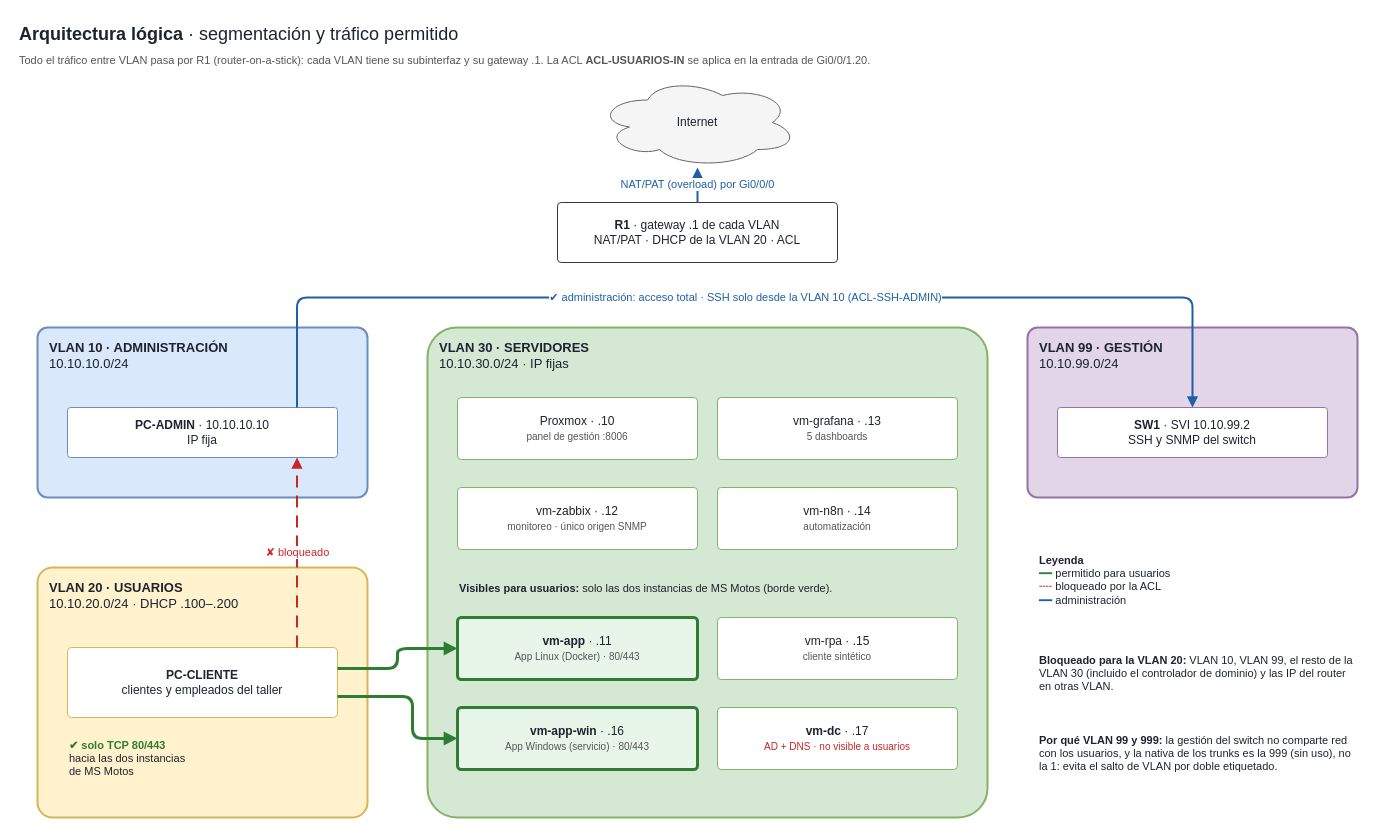
Before: docs/diagramas/arquitectura-logica.drawio in Proyect-integrador-2/Integrador2, a draw.io diagram. Source tidied: cells renumbered, new cells numbered last; positions are measured from the earlier drawing's top-left corner, leaving out a move shared by most shapes. Both pictures are drawn from the tidied source at 100%, with x=0, y=0 at pixel (17, 17).
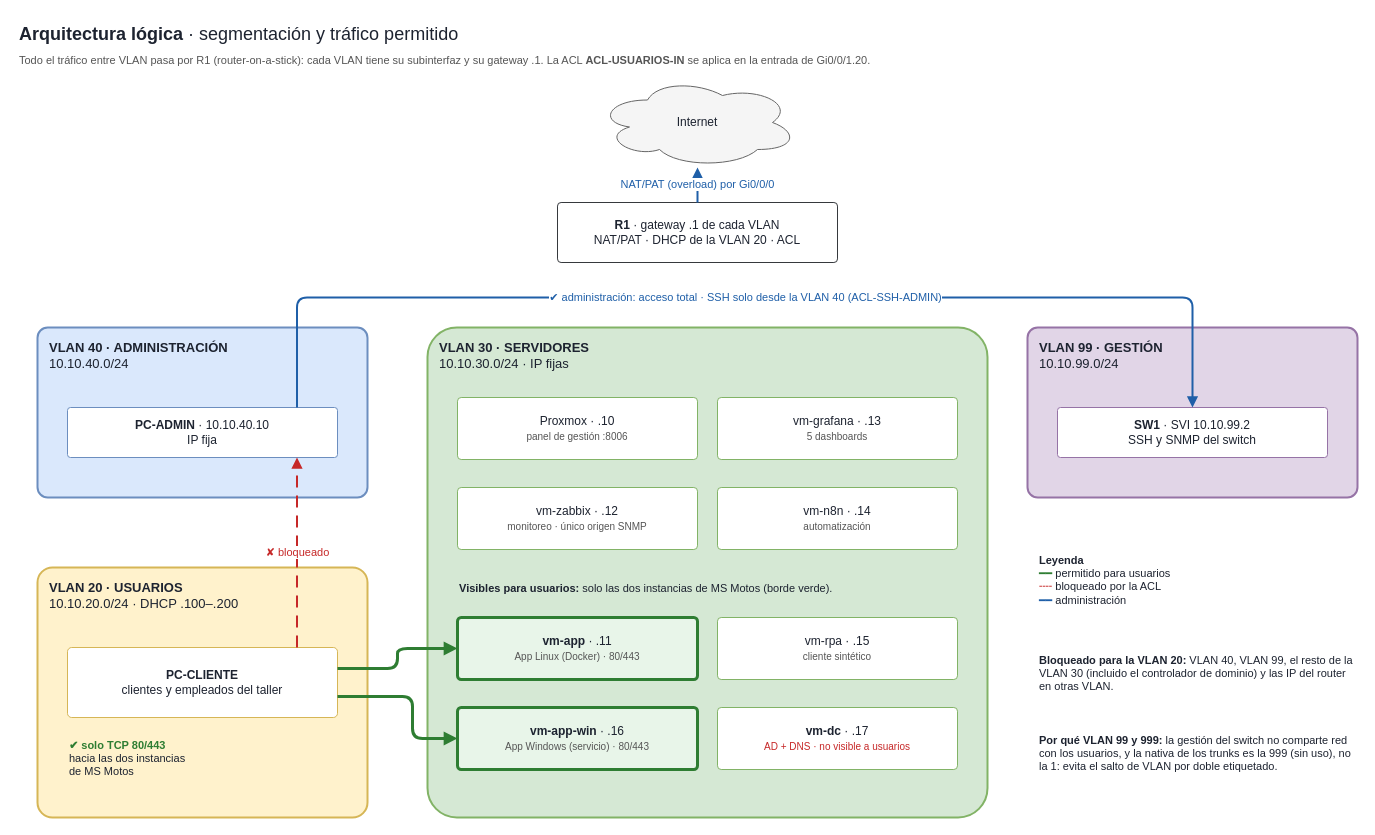
Above is the later version.

Unchanged cells that the change refers to:
```xml
<mxCell id="13" value="&lt;b&gt;SW1&lt;/b&gt; · SVI 10.10.99.2&lt;br&gt;SSH y SNMP del switch" style="rounded=1;whiteSpace=wrap;html=1;arcSize=6;fillColor=#ffffff;strokeColor=#9673a6;fontSize=12;fontColor=#1d2330;" parent="1" vertex="1">
  <mxGeometry x="1040" y="390" width="270" height="50" as="geometry" />
</mxCell>
```

What changed in the source:
```diff
@@
-    <mxCell id="7" value="VLAN 10 · ADMINISTRACIÓN&lt;br&gt;&lt;font style='font-weight:normal'&gt;10.10.10.0/24&lt;/font&gt;" style="rounded=1;whiteSpace=wrap;html=1;arcSize=6;fillColor=#dae8fc;strokeColor=#6c8ebf;fontSize=13;fontColor=#1d2330;fontStyle=1;verticalAlign=top;align=left;spacingLeft=10;spacingTop=6;strokeWidth=2;" parent="1" vertex="1">
+    <mxCell id="7" value="VLAN 40 · ADMINISTRACIÓN&lt;br&gt;&lt;font style='font-weight:normal'&gt;10.10.40.0/24&lt;/font&gt;" style="rounded=1;whiteSpace=wrap;html=1;arcSize=6;fillColor=#dae8fc;strokeColor=#6c8ebf;fontSize=13;fontColor=#1d2330;fontStyle=1;verticalAlign=top;align=left;spacingLeft=10;spacingTop=6;strokeWidth=2;" parent="1" vertex="1">
       <mxGeometry x="20" y="310" width="330" height="170" as="geometry" />
     </mxCell>
-    <mxCell id="8" value="&lt;b&gt;PC-ADMIN&lt;/b&gt; · 10.10.10.10&lt;br&gt;IP fija" style="rounded=1;whiteSpace=wrap;html=1;arcSize=6;fillColor=#ffffff;strokeColor=#6c8ebf;fontSize=12;fontColor=#1d2330;" parent="1" vertex="1">
+    <mxCell id="8" value="&lt;b&gt;PC-ADMIN&lt;/b&gt; · 10.10.40.10&lt;br&gt;IP fija" style="rounded=1;whiteSpace=wrap;html=1;arcSize=6;fillColor=#ffffff;strokeColor=#6c8ebf;fontSize=12;fontColor=#1d2330;" parent="1" vertex="1">
       <mxGeometry x="50" y="390" width="270" height="50" as="geometry" />
     </mxCell>
@@
-    <mxCell id="27" value="✔ administración: acceso total · SSH solo desde la VLAN 10 (ACL-SSH-ADMIN)" style="edgeStyle=orthogonalEdgeStyle;rounded=1;html=1;strokeColor=#1f5fa8;strokeWidth=2;fontSize=11;fontColor=#1f5fa8;labelBackgroundColor=#ffffff;endArrow=block;endFill=1;exitX=0.85;exitY=0;exitDx=0;exitDy=0;entryX=0.5;entryY=0;entryDx=0;entryDy=0;" parent="1" edge="1" source="8" target="13">
+    <mxCell id="27" value="✔ administración: acceso total · SSH solo desde la VLAN 40 (ACL-SSH-ADMIN)" style="edgeStyle=orthogonalEdgeStyle;rounded=1;html=1;strokeColor=#1f5fa8;strokeWidth=2;fontSize=11;fontColor=#1f5fa8;labelBackgroundColor=#ffffff;endArrow=block;endFill=1;exitX=0.85;exitY=0;exitDx=0;exitDy=0;entryX=0.5;entryY=0;entryDx=0;entryDy=0;" parent="1" edge="1" source="8" target="13">
       <mxGeometry relative="1" as="geometry">
         <Array as="points">
           <mxPoint x="280" y="280" />
           <mxPoint x="1175" y="280" />
         </Array>
       </mxGeometry>
     </mxCell>
@@
-    <mxCell id="29" value="&lt;b&gt;Bloqueado para la VLAN 20:&lt;/b&gt; VLAN 10, VLAN 99, el resto de la VLAN 30 (incluido el controlador de dominio) y las IP del router en otras VLAN." style="text;html=1;whiteSpace=wrap;align=left;verticalAlign=top;fontSize=11;fontColor=#1d2330;" parent="1" vertex="1">
+    <mxCell id="29" value="&lt;b&gt;Bloqueado para la VLAN 20:&lt;/b&gt; VLAN 40, VLAN 99, el resto de la VLAN 30 (incluido el controlador de dominio) y las IP del router en otras VLAN." style="text;html=1;whiteSpace=wrap;align=left;verticalAlign=top;fontSize=11;fontColor=#1d2330;" parent="1" vertex="1">
       <mxGeometry x="1020" y="630" width="320" height="70" as="geometry" />
     </mxCell>
```
